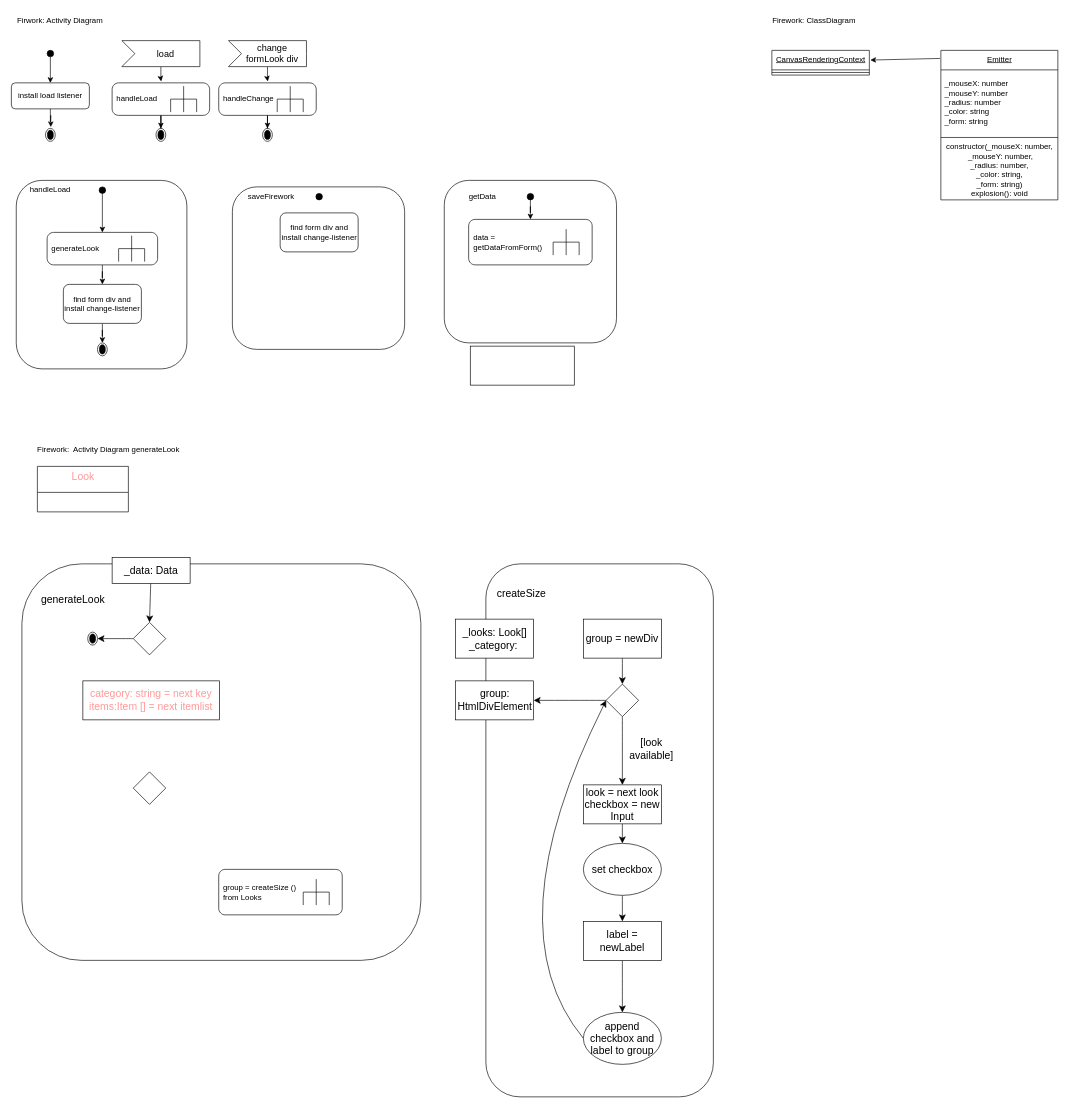
LizHengsteler/EIA2-Endabgabe keeps this draw.io diagram as Ohne Titel.drawio. Above is the earlier version. Source tidied: cells renumbered, new cells numbered last; positions are measured from the earlier drawing's top-left corner, leaving out a move shared by most shapes. Both pictures are drawn from the tidied source at 65%, with x=0, y=0 at pixel (11, 11).
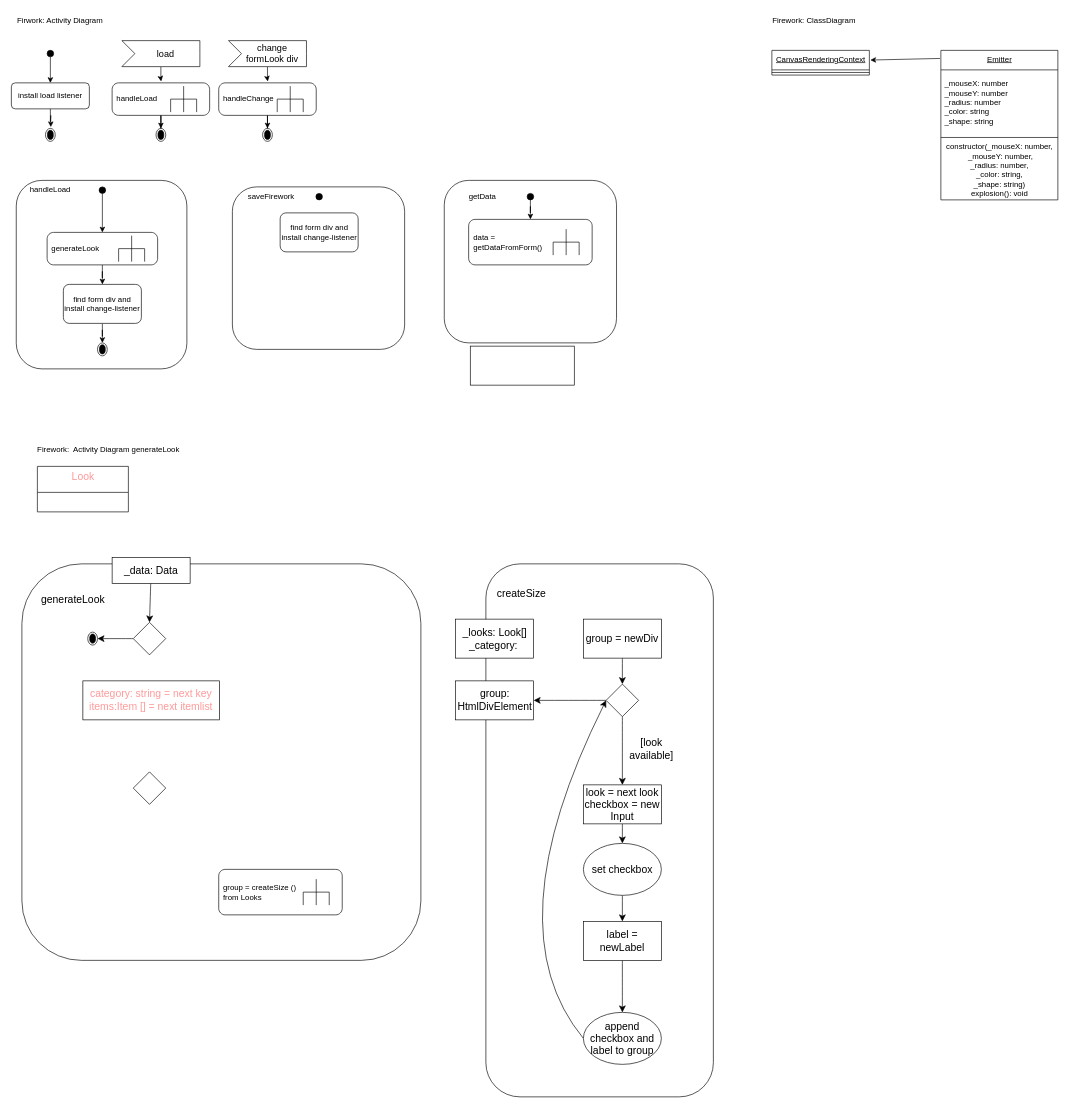
The same page after the edit.

Unchanged cells that the change refers to:
```xml
<mxCell id="70" value="Emitter" style="swimlane;fontStyle=4;align=center;verticalAlign=top;horizontal=1;startSize=30;html=1;" parent="1" vertex="1">
  <mxGeometry x="1430" y="60" width="180" height="230" as="geometry" />
</mxCell>
```

Diff of the diagram source:
```diff
@@
-    <mxCell id="71" value="_mouseX: number&lt;br&gt;_mouseY: number&lt;br style=&quot;border-color: var(--border-color); text-align: center;&quot;&gt;&lt;span style=&quot;text-align: center;&quot;&gt;_radius: number&lt;/span&gt;&lt;br style=&quot;border-color: var(--border-color); text-align: center;&quot;&gt;&lt;span style=&quot;text-align: center;&quot;&gt;_color: string&lt;/span&gt;&lt;br style=&quot;border-color: var(--border-color); text-align: center;&quot;&gt;&lt;span style=&quot;text-align: center;&quot;&gt;_form: string&lt;/span&gt;" style="html=1;strokeColor=none;fillColor=none;align=left;verticalAlign=middle;spacingLeft=4;spacingRight=4;" parent="70" vertex="1">
+    <mxCell id="71" value="_mouseX: number&lt;br&gt;_mouseY: number&lt;br style=&quot;border-color: var(--border-color); text-align: center;&quot;&gt;&lt;span style=&quot;text-align: center;&quot;&gt;_radius: number&lt;/span&gt;&lt;br style=&quot;border-color: var(--border-color); text-align: center;&quot;&gt;&lt;span style=&quot;text-align: center;&quot;&gt;_color: string&lt;/span&gt;&lt;br style=&quot;border-color: var(--border-color); text-align: center;&quot;&gt;&lt;span style=&quot;text-align: center;&quot;&gt;_shape: string&lt;/span&gt;" style="html=1;strokeColor=none;fillColor=none;align=left;verticalAlign=middle;spacingLeft=4;spacingRight=4;" parent="70" vertex="1">
       <mxGeometry y="30" width="180" height="100" as="geometry" />
     </mxCell>
@@
-    <mxCell id="73" value="constructor(_mouseX: number,&lt;br&gt;&amp;nbsp;&lt;span style=&quot;text-align: left;&quot;&gt;_mouseY: number,&lt;br&gt;&lt;/span&gt;&lt;span style=&quot;border-color: var(--border-color);&quot;&gt;_radius: number,&lt;/span&gt;&lt;br style=&quot;border-color: var(--border-color);&quot;&gt;&lt;span style=&quot;border-color: var(--border-color);&quot;&gt;_color: string,&lt;/span&gt;&lt;br style=&quot;border-color: var(--border-color);&quot;&gt;&lt;span style=&quot;border-color: var(--border-color);&quot;&gt;_form: string)&lt;br&gt;explosion(): void&lt;br&gt;&lt;/span&gt;" style="html=1;strokeColor=none;fillColor=none;align=center;verticalAlign=middle;spacingLeft=4;spacingRight=4;" parent="70" vertex="1">
+    <mxCell id="73" value="constructor(_mouseX: number,&lt;br&gt;&amp;nbsp;&lt;span style=&quot;text-align: left;&quot;&gt;_mouseY: number,&lt;br&gt;&lt;/span&gt;&lt;span style=&quot;border-color: var(--border-color);&quot;&gt;_radius: number,&lt;/span&gt;&lt;br style=&quot;border-color: var(--border-color);&quot;&gt;&lt;span style=&quot;border-color: var(--border-color);&quot;&gt;_color: string,&lt;/span&gt;&lt;br style=&quot;border-color: var(--border-color);&quot;&gt;&lt;span style=&quot;border-color: var(--border-color);&quot;&gt;_shape: string)&lt;br&gt;explosion(): void&lt;br&gt;&lt;/span&gt;" style="html=1;strokeColor=none;fillColor=none;align=center;verticalAlign=middle;spacingLeft=4;spacingRight=4;" parent="70" vertex="1">
       <mxGeometry y="138" width="180" height="92" as="geometry" />
     </mxCell>
```
